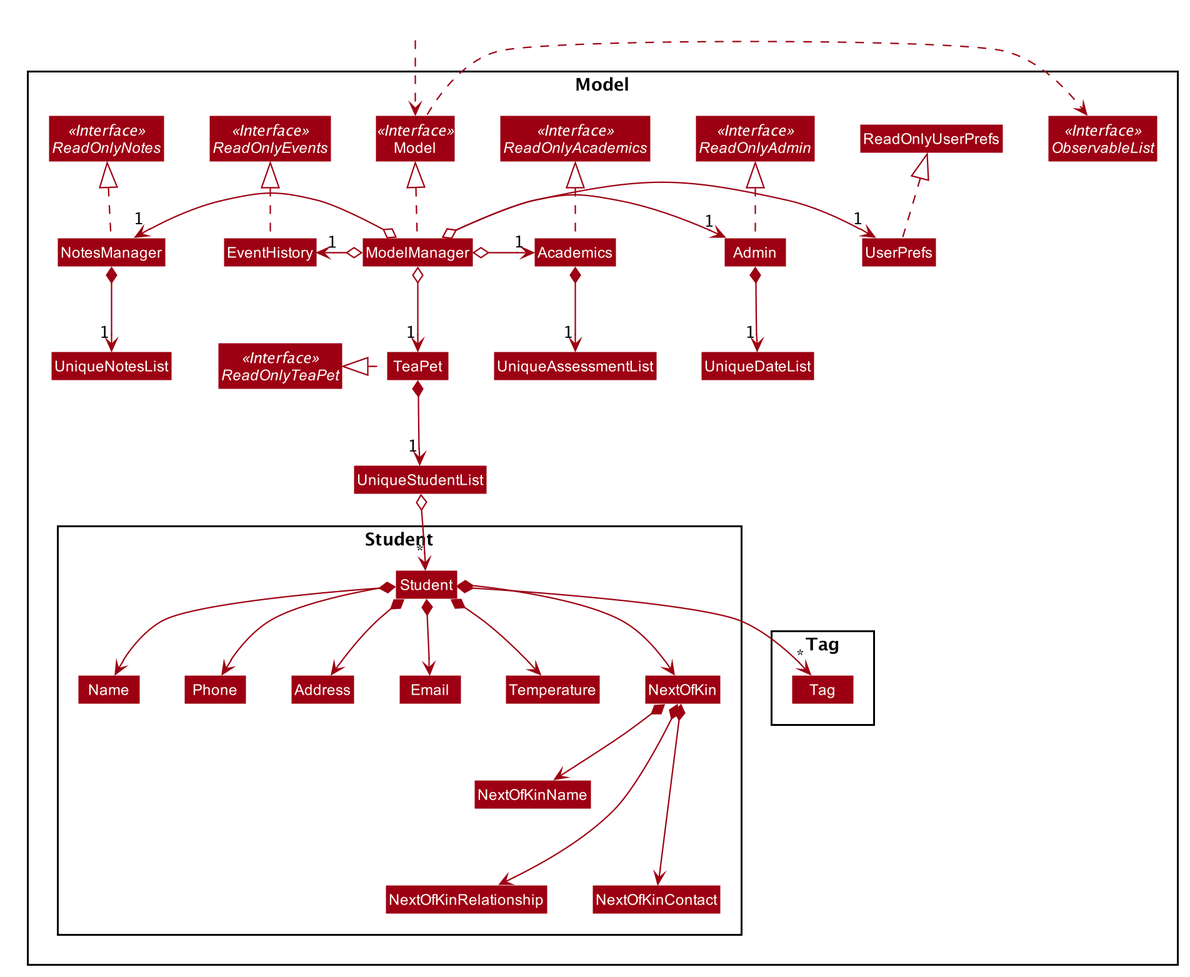
Above: docs/images/ModelClassDiagram.png in tingalinga/main (PlantUML), before the change.
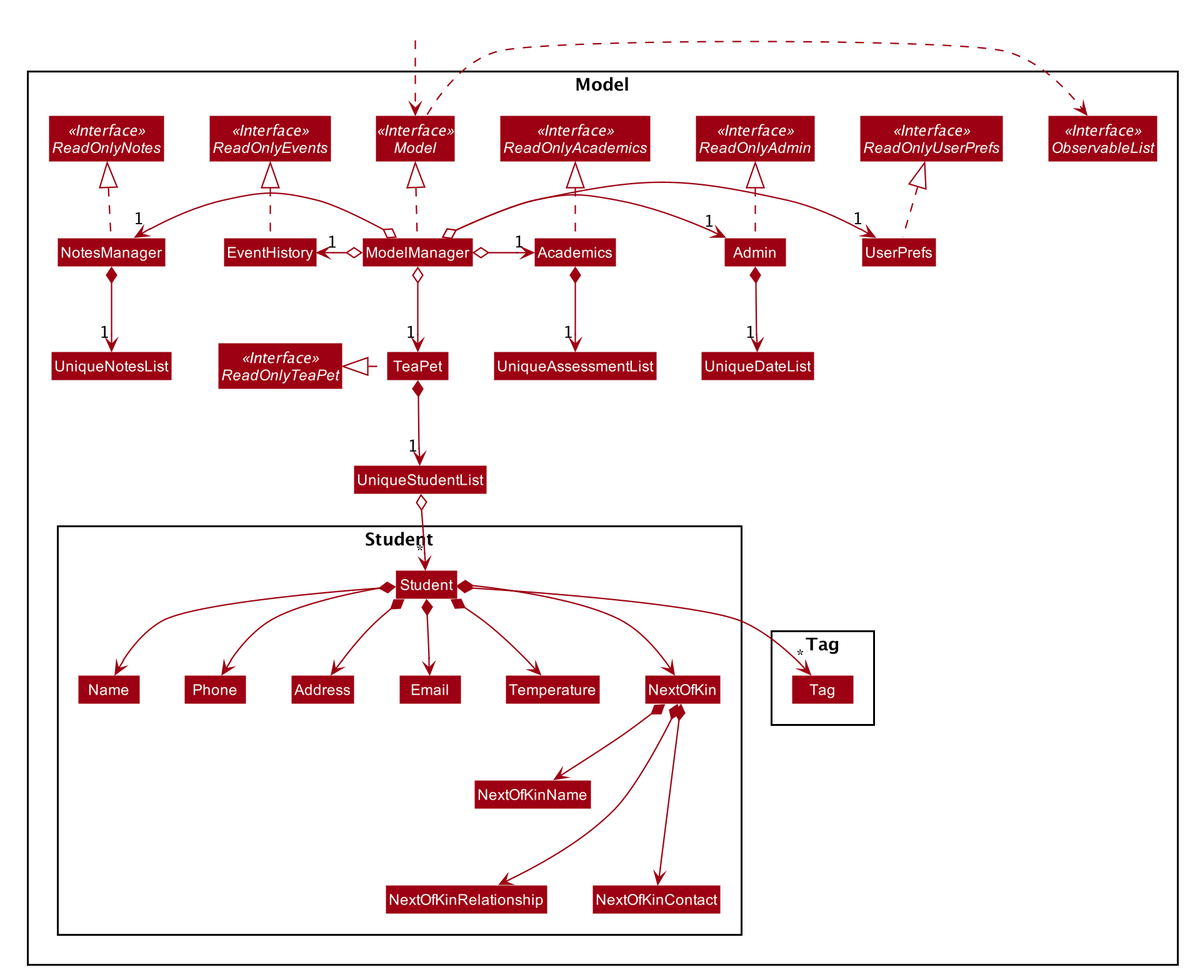
Later version of the same file.

Commit message:
Minor Edits to Model Diagram in DG

Change to the diagram source:
```diff
@@ -55,11 +55,10 @@
 Interface ReadOnlyTeaPet <<Interface>>
 Interface Model <<Interface>>
 Interface ObservableList <<Interface>>
+Interface ReadOnlyUserPrefs <<Interface>>
 Class TeaPet
-Class Model
 Class ModelManager
 Class UserPrefs
-Class ReadOnlyUserPrefs
 
 Interface ReadOnlyAcademics <<Interface>>
 Interface ReadOnlyAdmin <<Interface>>
```
